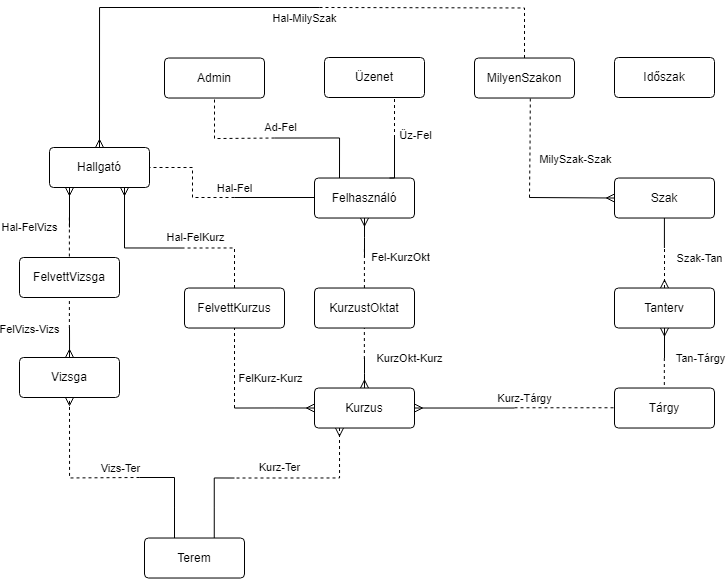
Before: ssadm/egyedmodell.png, a diagram exported from draw.io (SzoDavid/murica). Source tidied: cells renumbered, new cells last; positions are measured from the earlier drawing's top-left corner, leaving out a move shared by most shapes.
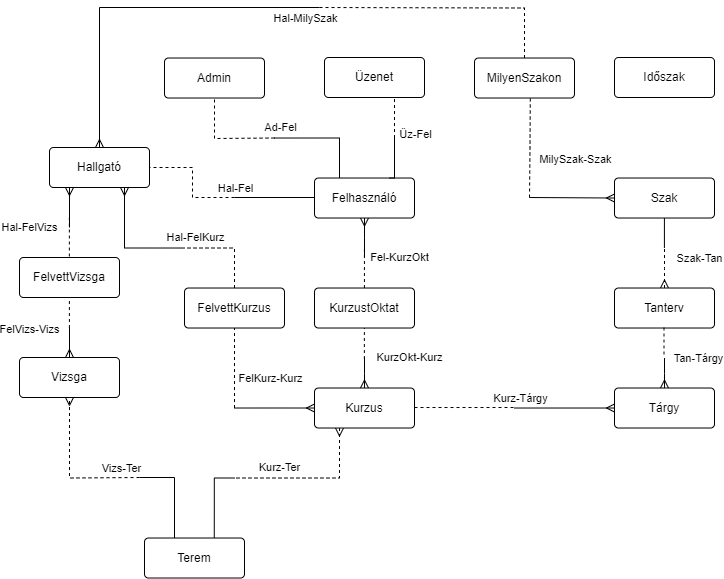
After the change.

The edit, as a diff of the source:
```diff
@@ -60,17 +60,17 @@
     <mxCell id="15" value="Kurzus" style="rounded=1;arcSize=10;whiteSpace=wrap;html=1;align=center;" parent="1" vertex="1">
       <mxGeometry x="295" y="380.5" width="100" height="40" as="geometry" />
     </mxCell>
-    <mxCell id="16" style="fontSize=12;html=1;endArrow=none;startArrow=ERmany;rounded=0;endFill=0;edgeStyle=orthogonalEdgeStyle;exitX=0.5;exitY=1;exitDx=0;exitDy=0;" parent="1" edge="1" source="49">
+    <mxCell id="16" style="fontSize=12;html=1;endArrow=none;startArrow=ERmany;rounded=0;endFill=0;edgeStyle=orthogonalEdgeStyle;" parent="1" edge="1" source="5">
       <mxGeometry relative="1" as="geometry">
         <mxPoint x="645" y="350.5" as="targetPoint" />
       </mxGeometry>
     </mxCell>
     <mxCell id="17" value="Tan-Tárgy" style="edgeLabel;html=1;align=center;verticalAlign=middle;" parent="16" vertex="1">
       <mxGeometry x="0.84" y="1" relative="1" as="geometry">
-        <mxPoint x="34" y="2" as="offset" />
+        <mxPoint x="34" y="-3" as="offset" />
       </mxGeometry>
     </mxCell>
-    <mxCell id="18" style="fontSize=12;html=1;endArrow=none;startArrow=ERmany;rounded=0;exitX=1;exitY=0.5;exitDx=0;exitDy=0;endFill=0;" parent="1" edge="1" source="15">
+    <mxCell id="18" style="fontSize=12;html=1;endArrow=none;startArrow=ERmany;rounded=0;exitX=0;exitY=0.5;exitDx=0;exitDy=0;endFill=0;" parent="1" edge="1" source="5">
       <mxGeometry relative="1" as="geometry">
         <mxPoint x="495" y="400.5" as="targetPoint" />
       </mxGeometry>
@@ -245,13 +245,13 @@
     </mxCell>
     <mxCell id="47" style="fontSize=12;html=1;endArrow=none;startArrow=none;rounded=0;exitX=1;exitY=0.5;exitDx=0;exitDy=0;endFill=0;startFill=0;dashed=1;" parent="1" edge="1">
       <mxGeometry relative="1" as="geometry">
-        <mxPoint x="495" y="400.3" as="sourcePoint" />
-        <mxPoint x="595" y="400.3" as="targetPoint" />
+        <mxPoint x="395" y="400" as="sourcePoint" />
+        <mxPoint x="495" y="400" as="targetPoint" />
       </mxGeometry>
     </mxCell>
     <mxCell id="48" value="Kurz-Tárgy" style="edgeLabel;html=1;align=center;verticalAlign=middle;" parent="47" vertex="1">
       <mxGeometry x="-0.77" y="1" relative="1" as="geometry">
-        <mxPoint x="-2" y="-9" as="offset" />
+        <mxPoint x="93" y="-9" as="offset" />
       </mxGeometry>
     </mxCell>
     <mxCell id="49" value="Tanterv" style="rounded=1;arcSize=10;whiteSpace=wrap;html=1;align=center;" parent="1" vertex="1">
@@ -259,8 +259,8 @@
     </mxCell>
     <mxCell id="50" style="fontSize=12;html=1;endArrow=none;startArrow=none;rounded=0;endFill=0;edgeStyle=orthogonalEdgeStyle;exitX=0.5;exitY=1;exitDx=0;exitDy=0;startFill=0;dashed=1;" parent="1" edge="1">
       <mxGeometry relative="1" as="geometry">
-        <mxPoint x="644.8" y="350.5" as="sourcePoint" />
-        <mxPoint x="644.8" y="380.5" as="targetPoint" />
+        <mxPoint x="644.5" y="320" as="sourcePoint" />
+        <mxPoint x="644.5" y="350" as="targetPoint" />
       </mxGeometry>
     </mxCell>
     <mxCell id="51" style="fontSize=12;html=1;endArrow=none;startArrow=ERmany;rounded=0;endFill=0;edgeStyle=orthogonalEdgeStyle;exitX=0.5;exitY=0;exitDx=0;exitDy=0;dashed=1;" parent="1" edge="1" source="49">
```
